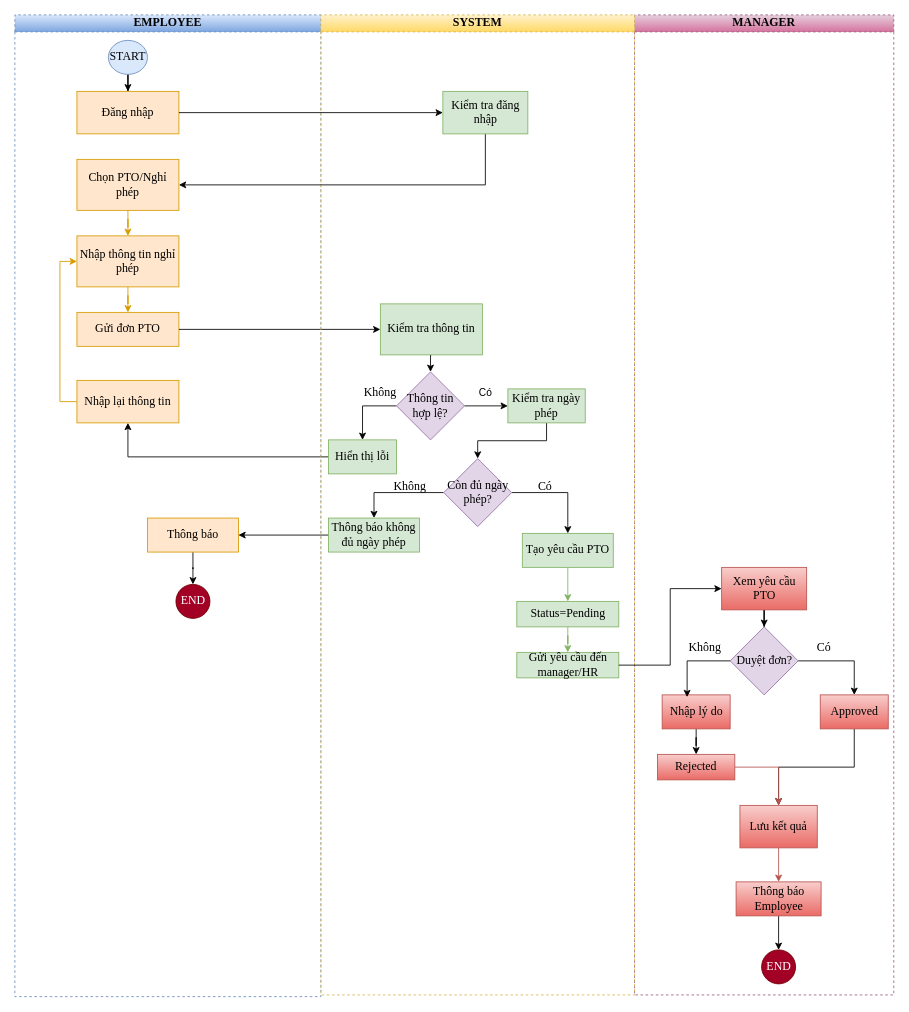
Before: Flow PTO.drawio in gihan160306/HRFlow, a draw.io diagram. Source tidied: cells renumbered, new cells numbered last; positions are measured from the earlier drawing's top-left corner, leaving out a move shared by most shapes. Both pictures are drawn from the tidied source at 85%, with x=0, y=0 at pixel (14, 14).
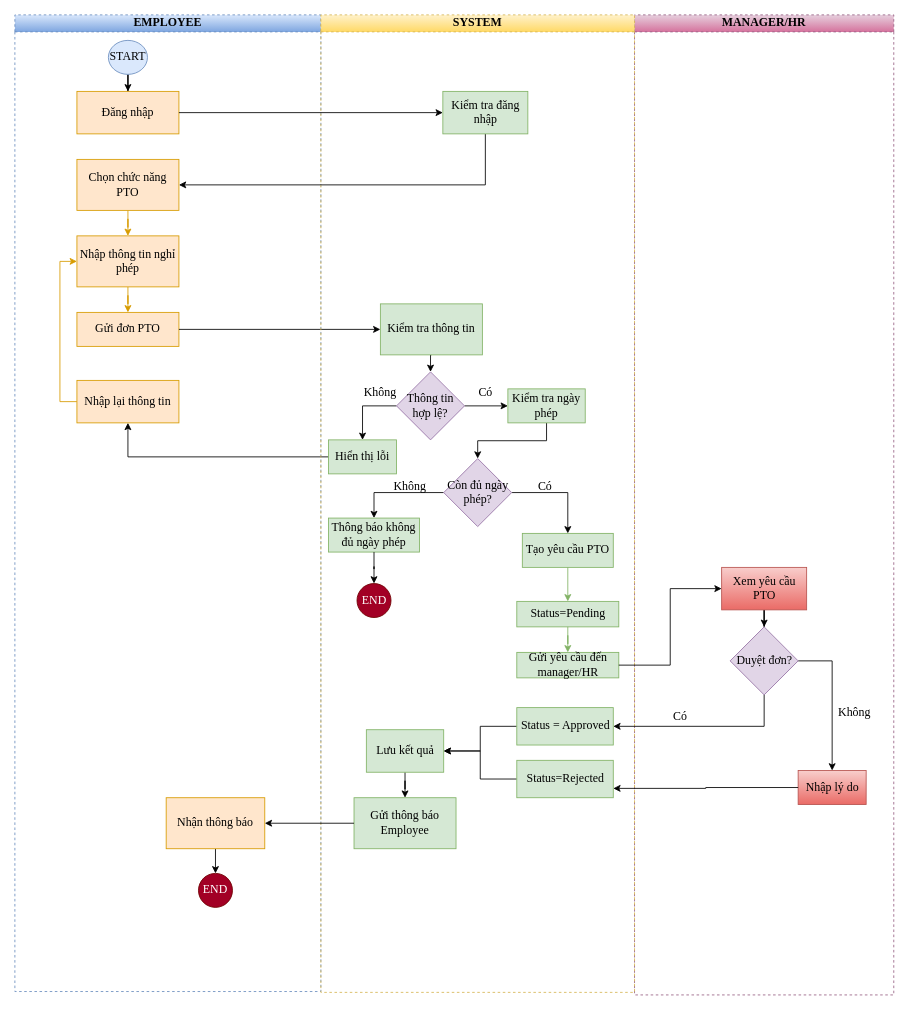
The same page after the edit.

Commit message (it also covers changes not shown here):
Cập nhật Flow PTO.drawio

The change refers to these unchanged cells:
```xml
<mxCell id="6" value="Duyệt đơn?" style="rhombus;whiteSpace=wrap;html=1;shapeInside=1;strokeWidth=1;rounded=0;fillColor=#e1d5e7;strokeColor=#9673a6;fontFamily=Times New Roman;fontSize=14;" parent="2" vertex="1">
  <mxGeometry x="112.5" y="720" width="80" height="80" as="geometry" />
</mxCell>
<mxCell id="46" value="Kiểm tra thông tin" style="whiteSpace=wrap;html=1;strokeWidth=1;rounded=0;fillColor=#d5e8d4;strokeColor=#82b366;fontFamily=Times New Roman;fontSize=14;" parent="40" vertex="1">
  <mxGeometry x="70" y="340" width="120" height="60" as="geometry" />
</mxCell>
<mxCell id="55" value="Thông báo không đủ ngày phép" style="whiteSpace=wrap;html=1;strokeWidth=1;rounded=0;fillColor=#d5e8d4;strokeColor=#82b366;fontFamily=Times New Roman;fontSize=14;" parent="40" vertex="1">
  <mxGeometry x="9" y="592" width="107" height="40" as="geometry" />
</mxCell>
```

Change to the diagram source:
```diff
@@
-    <mxCell id="2" value="MANAGER" style="swimlane;startSize=20;whiteSpace=wrap;html=1;dashed=1;strokeWidth=1;fillColor=#e6d0de;gradientColor=#d5739d;strokeColor=#996185;swimlaneFillColor=none;fontFamily=Times New Roman;fontSize=14;fontColor=default;" parent="1" vertex="1">
+    <mxCell id="2" value="MANAGER/HR" style="swimlane;startSize=20;whiteSpace=wrap;html=1;dashed=1;strokeWidth=1;fillColor=#e6d0de;gradientColor=#d5739d;strokeColor=#996185;swimlaneFillColor=none;fontFamily=Times New Roman;fontSize=14;fontColor=default;" parent="1" vertex="1">
       <mxGeometry x="729" width="305" height="1153" as="geometry" />
     </mxCell>
@@
-    <mxCell id="7" style="edgeStyle=orthogonalEdgeStyle;rounded=0;jettySize=auto;html=1;fontFamily=Times New Roman;fontSize=14;" parent="2" edge="1" source="8" target="15">
-      <mxGeometry relative="1" as="geometry" />
-    </mxCell>
-    <mxCell id="8" value="Nhập lý do" style="whiteSpace=wrap;html=1;strokeWidth=1;rounded=0;fillColor=#f8cecc;strokeColor=#b85450;gradientColor=#ea6b66;fontFamily=Times New Roman;fontSize=14;" parent="2" vertex="1">
-      <mxGeometry x="32.5" y="800" width="80" height="40" as="geometry" />
-    </mxCell>
-    <mxCell id="9" style="edgeStyle=orthogonalEdgeStyle;rounded=0;jettySize=auto;html=1;exitX=0.5;exitY=1;exitDx=0;exitDy=0;entryX=0.5;entryY=0;entryDx=0;entryDy=0;fontFamily=Times New Roman;fontSize=14;" parent="2" edge="1" source="10" target="17">
-      <mxGeometry relative="1" as="geometry" />
-    </mxCell>
-    <mxCell id="10" value="Approved" style="whiteSpace=wrap;html=1;strokeWidth=1;rounded=0;fillColor=#f8cecc;gradientColor=#ea6b66;strokeColor=#b85450;fontFamily=Times New Roman;fontSize=14;" parent="2" vertex="1">
-      <mxGeometry x="218.5" y="800" width="80" height="40" as="geometry" />
+    <mxCell id="10" value="Nhập lý do" style="whiteSpace=wrap;html=1;strokeWidth=1;rounded=0;fillColor=#f8cecc;gradientColor=#ea6b66;strokeColor=#b85450;fontFamily=Times New Roman;fontSize=14;" parent="2" vertex="1">
+      <mxGeometry x="192.5" y="889" width="80" height="40" as="geometry" />
     </mxCell>
-    <mxCell id="11" style="edgeStyle=orthogonalEdgeStyle;rounded=0;jettySize=auto;html=1;exitX=0;exitY=0.5;exitDx=0;exitDy=0;entryX=0.367;entryY=0.065;entryDx=0;entryDy=0;entryPerimeter=0;fontFamily=Times New Roman;fontSize=14;" parent="2" edge="1" source="6" target="8">
-      <mxGeometry relative="1" as="geometry" />
-    </mxCell>
-    <mxCell id="12" value="Không" style="text;html=1;whiteSpace=wrap;strokeColor=none;fillColor=none;align=center;verticalAlign=middle;rounded=0;fontFamily=Times New Roman;fontSize=14;" parent="2" vertex="1">
-      <mxGeometry x="52.5" y="730" width="60" height="30" as="geometry" />
+    <mxCell id="12" value="Có" style="text;html=1;whiteSpace=wrap;strokeColor=none;fillColor=none;align=center;verticalAlign=middle;rounded=0;fontFamily=Times New Roman;fontSize=14;" parent="2" vertex="1">
+      <mxGeometry x="24" y="811" width="60" height="30" as="geometry" />
     </mxCell>
-    <mxCell id="13" value="Có" style="text;html=1;whiteSpace=wrap;strokeColor=none;fillColor=none;align=center;verticalAlign=middle;rounded=0;fontFamily=Times New Roman;fontSize=14;" parent="2" vertex="1">
-      <mxGeometry x="192.5" y="730" width="60" height="30" as="geometry" />
+    <mxCell id="13" value="Không" style="text;html=1;whiteSpace=wrap;strokeColor=none;fillColor=none;align=center;verticalAlign=middle;rounded=0;fontFamily=Times New Roman;fontSize=14;" parent="2" vertex="1">
+      <mxGeometry x="229" y="806" width="60" height="30" as="geometry" />
     </mxCell>
-    <mxCell id="14" style="edgeStyle=orthogonalEdgeStyle;rounded=0;jettySize=auto;html=1;fillColor=#f8cecc;gradientColor=#ea6b66;strokeColor=#b85450;fontFamily=Times New Roman;fontSize=14;" parent="2" edge="1" source="15" target="17">
-      <mxGeometry relative="1" as="geometry" />
-    </mxCell>
-    <mxCell id="15" value="Rejected" style="whiteSpace=wrap;html=1;strokeWidth=1;rounded=0;fillColor=#f8cecc;gradientColor=#ea6b66;strokeColor=#b85450;fontFamily=Times New Roman;fontSize=14;" parent="2" vertex="1">
-      <mxGeometry x="27" y="870" width="91" height="30" as="geometry" />
-    </mxCell>
-    <mxCell id="16" style="edgeStyle=orthogonalEdgeStyle;rounded=0;jettySize=auto;html=1;fillColor=#f8cecc;gradientColor=#ea6b66;strokeColor=#b85450;fontFamily=Times New Roman;fontSize=14;" parent="2" edge="1" source="17" target="19">
-      <mxGeometry relative="1" as="geometry" />
-    </mxCell>
-    <mxCell id="17" value="Lưu kết quả" style="whiteSpace=wrap;html=1;strokeWidth=1;rounded=0;fillColor=#f8cecc;gradientColor=#ea6b66;strokeColor=#b85450;fontFamily=Times New Roman;fontSize=14;" parent="2" vertex="1">
-      <mxGeometry x="124" y="930" width="91" height="50" as="geometry" />
-    </mxCell>
-    <mxCell id="18" style="edgeStyle=orthogonalEdgeStyle;rounded=0;jettySize=auto;html=1;fontFamily=Times New Roman;fontSize=14;" parent="2" edge="1" source="19" target="20">
-      <mxGeometry relative="1" as="geometry" />
-    </mxCell>
-    <mxCell id="19" value="Thông báo Employee" style="whiteSpace=wrap;html=1;strokeWidth=1;rounded=0;fillColor=#f8cecc;gradientColor=#ea6b66;strokeColor=#b85450;fontFamily=Times New Roman;fontSize=14;" parent="2" vertex="1">
-      <mxGeometry x="119.5" y="1020" width="100" height="40" as="geometry" />
-    </mxCell>
-    <mxCell id="20" value="END" style="ellipse;whiteSpace=wrap;html=1;shapeInside=1;strokeWidth=1;rounded=0;fillColor=#a20025;strokeColor=#6F0000;fontColor=#ffffff;fontFamily=Times New Roman;fontSize=14;" parent="2" vertex="1">
-      <mxGeometry x="149.5" y="1100" width="40" height="40" as="geometry" />
-    </mxCell>
     <mxCell id="21" value="EMPLOYEE" style="swimlane;startSize=20;whiteSpace=wrap;html=1;strokeColor=#6c8ebf;dashed=1;strokeWidth=1;fillColor=#dae8fc;gradientColor=#7ea6e0;swimlaneFillColor=none;fontFamily=Times New Roman;fontSize=14;" parent="1" vertex="1">
-      <mxGeometry width="360" height="1155" as="geometry" />
+      <mxGeometry width="360" height="1149" as="geometry" />
     </mxCell>
@@
-    <mxCell id="26" value="Chọn PTO/Nghỉ phép" style="whiteSpace=wrap;html=1;strokeWidth=1;rounded=0;fillColor=#ffe6cc;strokeColor=#d79b00;fontFamily=Times New Roman;fontSize=14;" parent="21" vertex="1">
+    <mxCell id="26" value="Chọn chức năng PTO" style="whiteSpace=wrap;html=1;strokeWidth=1;rounded=0;fillColor=#ffe6cc;strokeColor=#d79b00;fontFamily=Times New Roman;fontSize=14;" parent="21" vertex="1">
       <mxGeometry x="73" y="170" width="120" height="60" as="geometry" />
     </mxCell>
@@
+    <mxCell id="31" value="Gửi đơn PTO" style="whiteSpace=wrap;html=1;strokeWidth=1;rounded=0;fillColor=#ffe6cc;strokeColor=#d79b00;fontFamily=Times New Roman;fontSize=14;" parent="21" vertex="1">
+      <mxGeometry x="73" y="350" width="120" height="40" as="geometry" />
+    </mxCell>
-    <mxCell id="29" style="edgeStyle=orthogonalEdgeStyle;rounded=0;jettySize=auto;html=1;fontFamily=Times New Roman;fontSize=14;" parent="21" edge="1" source="30" target="34">
+    <mxCell id="29" style="edgeStyle=orthogonalEdgeStyle;rounded=0;jettySize=auto;html=1;fontFamily=Times New Roman;fontSize=14;" parent="21" edge="1" target="34">
       <mxGeometry relative="1" as="geometry" />
     </mxCell>
-    <mxCell id="30" value="Thông báo" style="whiteSpace=wrap;html=1;strokeWidth=1;rounded=0;fillColor=#ffe6cc;strokeColor=#d79b00;fontFamily=Times New Roman;fontSize=14;" parent="21" vertex="1">
-      <mxGeometry x="156" y="592" width="107" height="40" as="geometry" />
-    </mxCell>
-    <mxCell id="31" value="Gửi đơn PTO" style="whiteSpace=wrap;html=1;strokeWidth=1;rounded=0;fillColor=#ffe6cc;strokeColor=#d79b00;fontFamily=Times New Roman;fontSize=14;" parent="21" vertex="1">
-      <mxGeometry x="73" y="350" width="120" height="40" as="geometry" />
-    </mxCell>
@@
-    <mxCell id="34" value="END" style="ellipse;whiteSpace=wrap;html=1;shapeInside=1;strokeWidth=1;rounded=0;fillColor=#a20025;strokeColor=#6F0000;fontColor=#ffffff;fontFamily=Times New Roman;fontSize=14;" parent="21" vertex="1">
-      <mxGeometry x="189.5" y="670" width="40" height="40" as="geometry" />
-    </mxCell>
+    <mxCell id="64" style="edgeStyle=orthogonalEdgeStyle;rounded=0;jettySize=auto;html=1;exitX=0.5;exitY=1;exitDx=0;exitDy=0;entryX=0.5;entryY=0;entryDx=0;entryDy=0;fontFamily=Times New Roman;fontSize=14;" parent="21" edge="1" source="65" target="20">
+      <mxGeometry relative="1" as="geometry" />
+    </mxCell>
+    <mxCell id="65" value="Nhận thông báo" style="whiteSpace=wrap;html=1;fontSize=14;fontFamily=Times New Roman;fillColor=#ffe6cc;strokeColor=#d79b00;strokeWidth=1;rounded=0;" parent="21" vertex="1">
+      <mxGeometry x="178" y="921" width="116" height="60" as="geometry" />
+    </mxCell>
+    <mxCell id="20" value="END" style="ellipse;whiteSpace=wrap;html=1;shapeInside=1;strokeWidth=1;rounded=0;fillColor=#a20025;strokeColor=#6F0000;fontColor=#ffffff;fontFamily=Times New Roman;fontSize=14;" parent="21" vertex="1">
+      <mxGeometry x="216" y="1010" width="40" height="40" as="geometry" />
+    </mxCell>
@@
+    <mxCell id="38" style="edgeStyle=orthogonalEdgeStyle;rounded=0;jettySize=auto;html=1;fontFamily=Times New Roman;fontSize=14;" parent="1" edge="1" source="31" target="46">
+      <mxGeometry relative="1" as="geometry" />
+    </mxCell>
-    <mxCell id="37" style="edgeStyle=orthogonalEdgeStyle;rounded=0;jettySize=auto;html=1;exitX=0;exitY=0.5;exitDx=0;exitDy=0;entryX=1;entryY=0.5;entryDx=0;entryDy=0;fontFamily=Times New Roman;fontSize=14;" parent="1" edge="1" source="55" target="30">
+    <mxCell id="37" style="edgeStyle=orthogonalEdgeStyle;rounded=0;jettySize=auto;html=1;exitX=0;exitY=0.5;exitDx=0;exitDy=0;entryX=1;entryY=0.5;entryDx=0;entryDy=0;fontFamily=Times New Roman;fontSize=14;" parent="1" edge="1" source="55">
       <mxGeometry relative="1" as="geometry" />
     </mxCell>
-    <mxCell id="38" style="edgeStyle=orthogonalEdgeStyle;rounded=0;jettySize=auto;html=1;fontFamily=Times New Roman;fontSize=14;" parent="1" edge="1" source="31" target="46">
-      <mxGeometry relative="1" as="geometry" />
-    </mxCell>
@@
     <mxCell id="40" value="SYSTEM" style="swimlane;startSize=20;whiteSpace=wrap;html=1;dashed=1;strokeWidth=1;fillColor=#fff2cc;gradientColor=#ffd966;strokeColor=#d6b656;swimlaneFillColor=none;fontFamily=Times New Roman;fontSize=14;" parent="1" vertex="1">
-      <mxGeometry x="360" width="369" height="1153" as="geometry" />
+      <mxGeometry x="360" width="369" height="1150" as="geometry" />
     </mxCell>
@@
-    <mxCell id="62" value="Có" style="text;html=1;whiteSpace=wrap;strokeColor=none;fillColor=none;align=center;verticalAlign=middle;rounded=0;" parent="40" vertex="1">
+    <mxCell id="62" value="Có" style="text;html=1;whiteSpace=wrap;strokeColor=none;fillColor=none;align=center;verticalAlign=middle;rounded=0;fontFamily=Times New Roman;fontSize=14;" parent="40" vertex="1">
       <mxGeometry x="163.5" y="430" width="60" height="30" as="geometry" />
     </mxCell>
+    <mxCell id="34" value="END" style="ellipse;whiteSpace=wrap;html=1;shapeInside=1;strokeWidth=1;rounded=0;fillColor=#a20025;strokeColor=#6F0000;fontColor=#ffffff;fontFamily=Times New Roman;fontSize=14;" parent="40" vertex="1">
+      <mxGeometry x="42.5" y="669" width="40" height="40" as="geometry" />
+    </mxCell>
+    <mxCell id="66" style="edgeStyle=orthogonalEdgeStyle;rounded=0;jettySize=auto;html=1;exitX=0;exitY=0.5;exitDx=0;exitDy=0;entryX=1;entryY=0.5;entryDx=0;entryDy=0;fontFamily=Times New Roman;fontSize=14;" parent="40" edge="1" source="67" target="17">
+      <mxGeometry relative="1" as="geometry" />
+    </mxCell>
+    <mxCell id="67" value="Status=Rejected" style="whiteSpace=wrap;html=1;strokeWidth=1;rounded=0;fillColor=#d5e8d4;strokeColor=#82b366;fontFamily=Times New Roman;fontSize=14;" parent="40" vertex="1">
+      <mxGeometry x="230.5" y="877" width="113.5" height="44" as="geometry" />
+    </mxCell>
+    <mxCell id="68" style="edgeStyle=orthogonalEdgeStyle;rounded=0;jettySize=auto;html=1;exitX=0;exitY=0.5;exitDx=0;exitDy=0;entryX=1;entryY=0.5;entryDx=0;entryDy=0;fontFamily=Times New Roman;fontSize=14;" parent="40" edge="1" source="69" target="17">
+      <mxGeometry relative="1" as="geometry" />
+    </mxCell>
+    <mxCell id="69" value="Status = Approved" style="whiteSpace=wrap;html=1;fillColor=#d5e8d4;strokeColor=#82b366;fontFamily=Times New Roman;fontSize=14;" parent="40" vertex="1">
+      <mxGeometry x="230.5" y="815" width="113.5" height="44" as="geometry" />
+    </mxCell>
+    <mxCell id="70" style="edgeStyle=orthogonalEdgeStyle;rounded=0;jettySize=auto;html=1;fontFamily=Times New Roman;fontSize=14;" parent="40" edge="1" source="17" target="71">
+      <mxGeometry relative="1" as="geometry" />
+    </mxCell>
+    <mxCell id="17" value="Lưu kết quả" style="whiteSpace=wrap;html=1;strokeWidth=1;rounded=0;fillColor=#d5e8d4;strokeColor=#82b366;fontFamily=Times New Roman;fontSize=14;" parent="40" vertex="1">
+      <mxGeometry x="53.5" y="841" width="91" height="50" as="geometry" />
+    </mxCell>
+    <mxCell id="71" value="Gửi thông báo Employee" style="whiteSpace=wrap;html=1;fontSize=14;fontFamily=Times New Roman;fillColor=#d5e8d4;strokeColor=#82b366;strokeWidth=1;rounded=0;" parent="40" vertex="1">
+      <mxGeometry x="39" y="921" width="120" height="60" as="geometry" />
+    </mxCell>
+    <mxCell id="72" style="edgeStyle=orthogonalEdgeStyle;rounded=0;jettySize=auto;html=1;exitX=0.5;exitY=1;exitDx=0;exitDy=0;fontFamily=Times New Roman;fontSize=14;" parent="40" edge="1" source="55" target="34">
+      <mxGeometry relative="1" as="geometry" />
+    </mxCell>
@@
+    <mxCell id="73" style="edgeStyle=orthogonalEdgeStyle;rounded=0;jettySize=auto;html=1;exitX=0;exitY=0.5;exitDx=0;exitDy=0;entryX=1;entryY=0.75;entryDx=0;entryDy=0;fontFamily=Times New Roman;fontSize=14;" parent="1" edge="1" source="10" target="67">
+      <mxGeometry relative="1" as="geometry" />
+    </mxCell>
+    <mxCell id="74" style="edgeStyle=orthogonalEdgeStyle;rounded=0;jettySize=auto;html=1;exitX=0.5;exitY=1;exitDx=0;exitDy=0;entryX=1;entryY=0.5;entryDx=0;entryDy=0;fontFamily=Times New Roman;fontSize=14;" parent="1" edge="1" source="6" target="69">
+      <mxGeometry relative="1" as="geometry" />
+    </mxCell>
+    <mxCell id="75" style="edgeStyle=orthogonalEdgeStyle;rounded=0;jettySize=auto;html=1;exitX=0;exitY=0.5;exitDx=0;exitDy=0;fontFamily=Times New Roman;fontSize=14;" parent="1" edge="1" source="71" target="65">
+      <mxGeometry relative="1" as="geometry" />
+    </mxCell>
```
